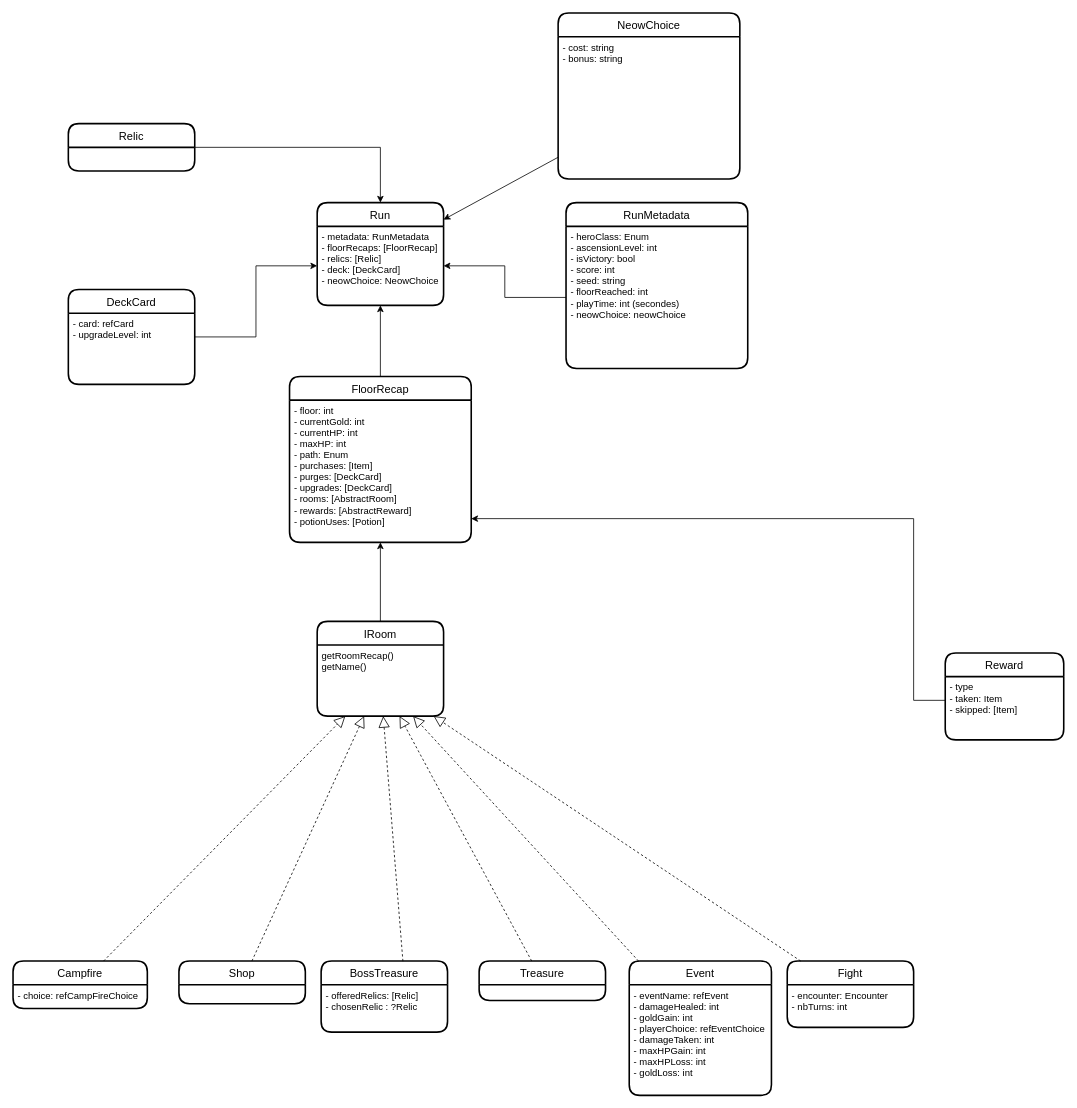
Before: page "entities" (1 of 3) of docs/schema_WiP.drawio in SchOlivier/StsAnalytics, a draw.io diagram. Source tidied: cells renumbered, new cells numbered last; positions are measured from the earlier drawing's top-left corner, leaving out a move shared by most shapes. Both pictures are drawn from the tidied source at 79%, with x=0, y=0 at pixel (13, 13).
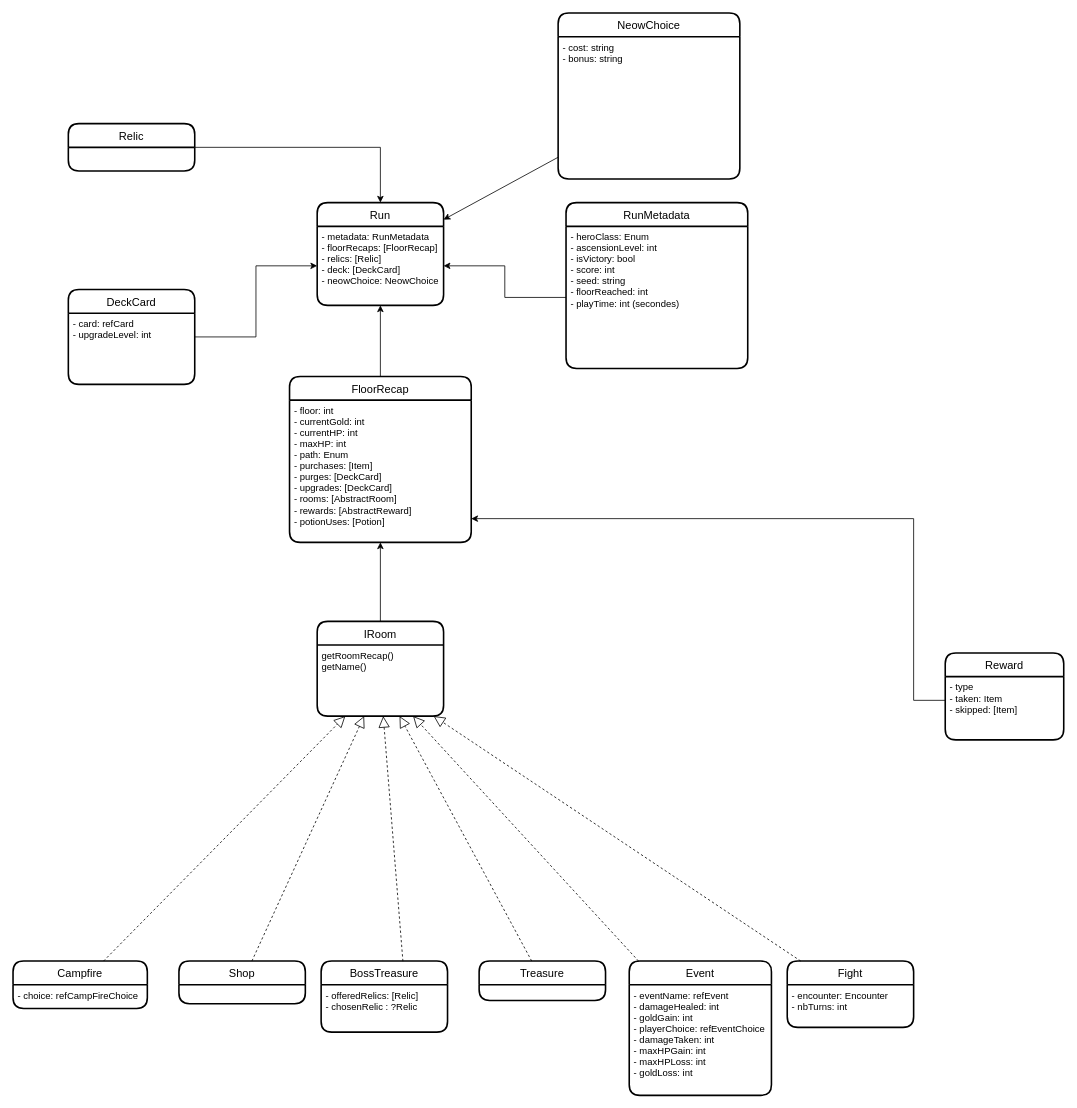
The same page after the edit.

Unchanged cells that the change refers to:
```xml
<mxCell id="22" value="RunMetadata" style="swimlane;horizontal=1;startSize=30;rounded=1;fontSize=14;fontStyle=0;strokeWidth=2;shadow=0;dashed=0;align=center;" parent="1" vertex="1">
  <mxGeometry x="700" y="240" width="230" height="210" as="geometry" />
</mxCell>
```

The edit, as a diff of the source:
```diff
@@
-    <mxCell id="23" value="- heroClass: Enum&#10;- ascensionLevel: int&#10;- isVictory: bool&#10;- score: int&#10;- seed: string&#10;- floorReached: int&#10;- playTime: int (secondes)&#10;- neowChoice: neowChoice" style="align=left;strokeColor=none;fillColor=none;spacingLeft=4;fontSize=12;verticalAlign=top;" parent="22" vertex="1">
+    <mxCell id="23" value="- heroClass: Enum&#10;- ascensionLevel: int&#10;- isVictory: bool&#10;- score: int&#10;- seed: string&#10;- floorReached: int&#10;- playTime: int (secondes)" style="align=left;strokeColor=none;fillColor=none;spacingLeft=4;fontSize=12;verticalAlign=top;" parent="22" vertex="1">
       <mxGeometry y="30" width="230" height="180" as="geometry" />
     </mxCell>
```
